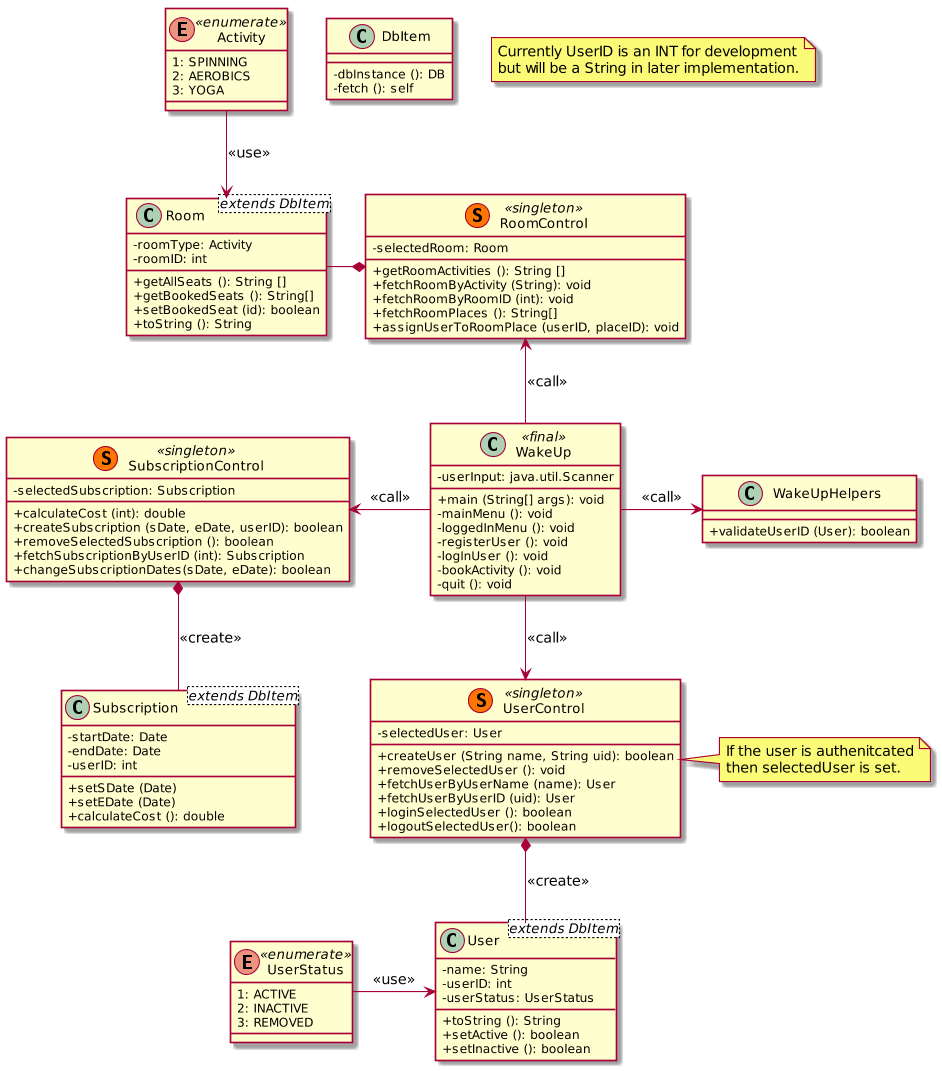
weleoka/A02_u01 keeps this PlantUML diagram as UML_A2.png. Above is the earlier version.
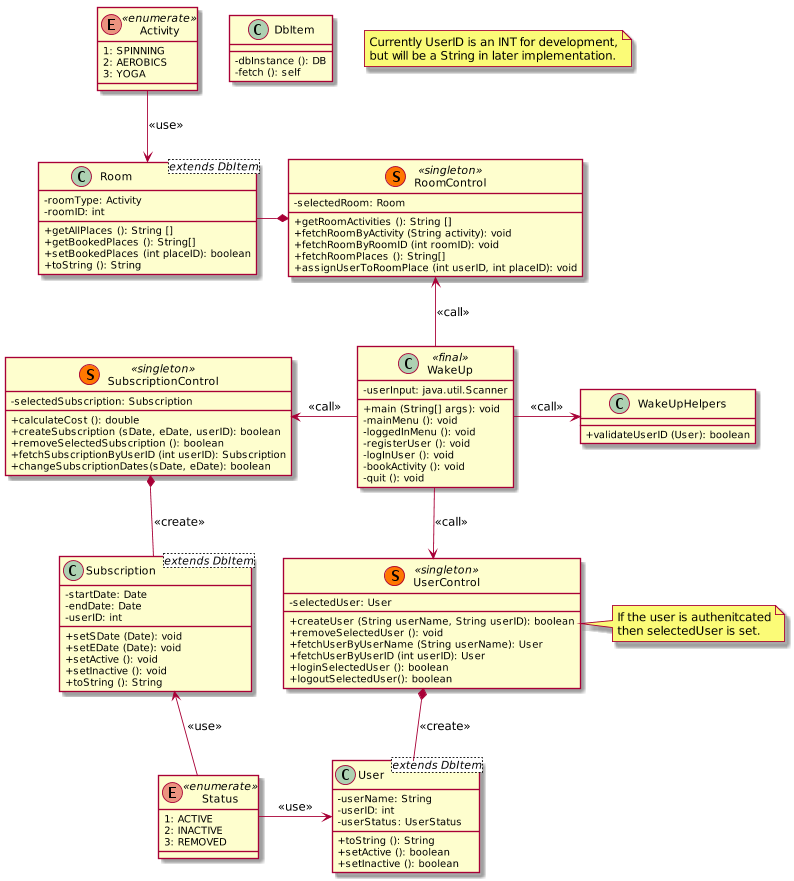
After the commit.

Commit message:
Changes to the UML again. Planning stages are almost complete. The implementation should be a couple of days.

What changed in the source:
```diff
@@ -27,17 +27,17 @@
 class RoomControl <<(S, #FF7700) singleton>> {
     - selectedRoom: Room
     + getRoomActivities (): String []
-    + fetchRoomByActivity (String): void
-    + fetchRoomByRoomID (int): void
+    + fetchRoomByActivity (String activity): void
+    + fetchRoomByRoomID (int roomID): void
     + fetchRoomPlaces (): String[]
-    + assignUserToRoomPlace (userID, placeID): void
+    + assignUserToRoomPlace (int userID, int placeID): void
 }
 class Room <extends DbItem>{
     - roomType: Activity
     - roomID: int
-    + getAllSeats (): String []
-    + getBookedSeats (): String[]
-    + setBookedSeat (id): boolean
+    + getAllPlaces (): String []
+    + getBookedPlaces (): String[]
+    + setBookedPlaces (int placeID): boolean
     + toString (): String
 }
 enum Activity <<enumerate>> {
@@ -50,22 +50,22 @@
 
 class UserControl <<(S, #FF7700) singleton>> {
     - selectedUser: User
-    + createUser (String name, String uid): boolean
+    + createUser (String userName, String userID): boolean
     + removeSelectedUser (): void
-    + fetchUserByUserName (name): User
-    + fetchUserByUserID (uid): User
+    + fetchUserByUserName (String userName): User
+    + fetchUserByUserID (int userID): User
     + loginSelectedUser (): boolean
     + logoutSelectedUser(): boolean
 }
 class User <extends DbItem> {
-    - name: String
+    - userName: String
     - userID: int
     - userStatus: UserStatus
     + toString (): String
     + setActive (): boolean
     + setInactive (): boolean
 }
-enum UserStatus <<enumerate>> {
+enum Status <<enumerate>> {
     1: ACTIVE
     2: INACTIVE
     3: REMOVED
@@ -75,31 +75,34 @@
 
 class SubscriptionControl <<(S, #FF7700) singleton>> {
     - selectedSubscription: Subscription
-    + calculateCost (int): double
+    + calculateCost (): double
     + createSubscription (sDate, eDate, userID): boolean
     + removeSelectedSubscription (): boolean
-    + fetchSubscriptionByUserID (int): Subscription
+    + fetchSubscriptionByUserID (int userID): Subscription
     + changeSubscriptionDates(sDate, eDate): boolean
 }
 class Subscription <extends DbItem> {
     - startDate: Date
     - endDate: Date
     - userID: int
-    + setSDate (Date)
-    + setEDate (Date)
-    + calculateCost (): double
+    + setSDate (Date): void
+    + setEDate (Date): void
+    + setActive (): void
+    + setInactive (): void
+    + toString (): String
+
 }
 
 
-
 note right of UserControl: If the user is authenitcated\nthen selectedUser is set.
-note "Currently UserID is an INT for development\nbut will be a String in later implementation." as N1
+note "Currently UserID is an INT for development,\nbut will be a String in later implementation." as N1
 
 
 WakeUp                  -->     UserControl: <<call>>
 SubscriptionControl     *--     Subscription: <<create>>
+Subscription            <--     Status: <<use>>
 UserControl             *--     User: <<create>>
-UserStatus              ->      User: <<use>>
+Status                  ->      User: <<use>>
 RoomControl             <--     WakeUp: <<call>>
 Room                    -*      RoomControl
 Activity                -->     Room: <<use>>
```
